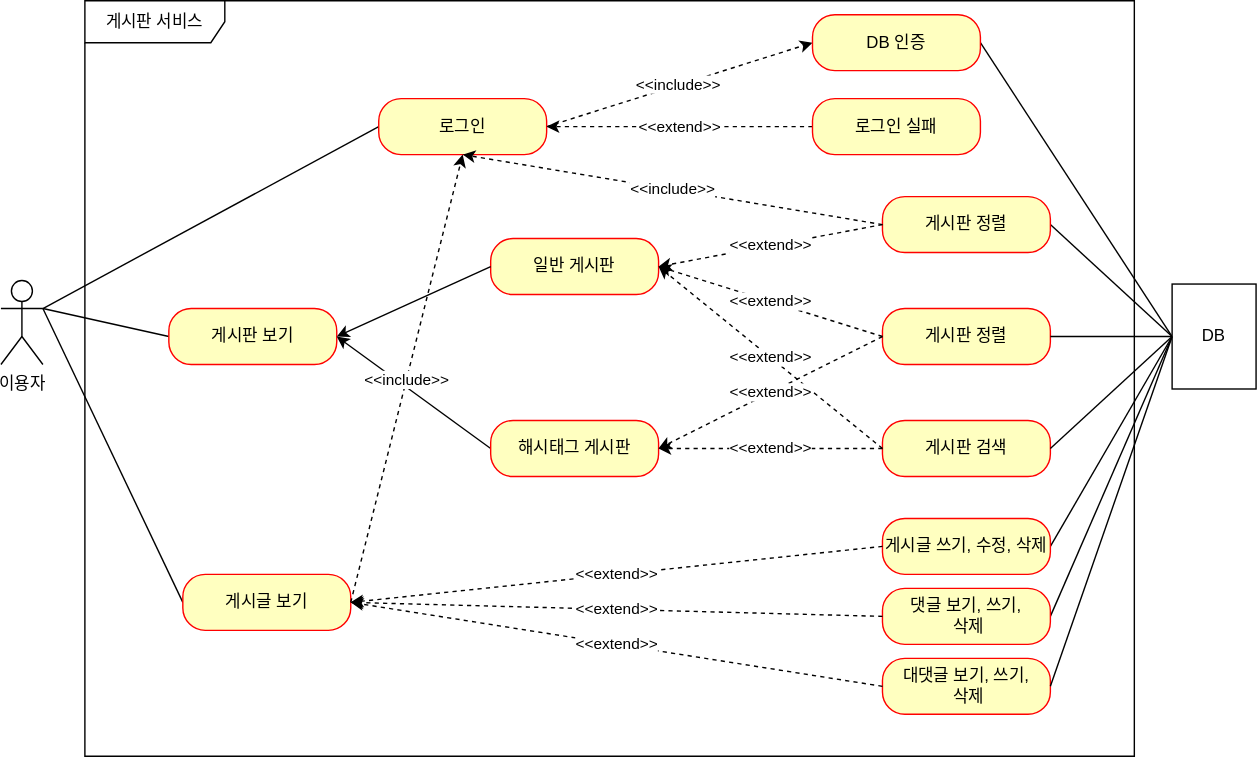
Above: document/use-case.svg in godori93/board (draw.io), before the change. Source tidied: cells renumbered, new cells last; positions are measured from the earlier drawing's top-left corner, leaving out a move shared by most shapes.
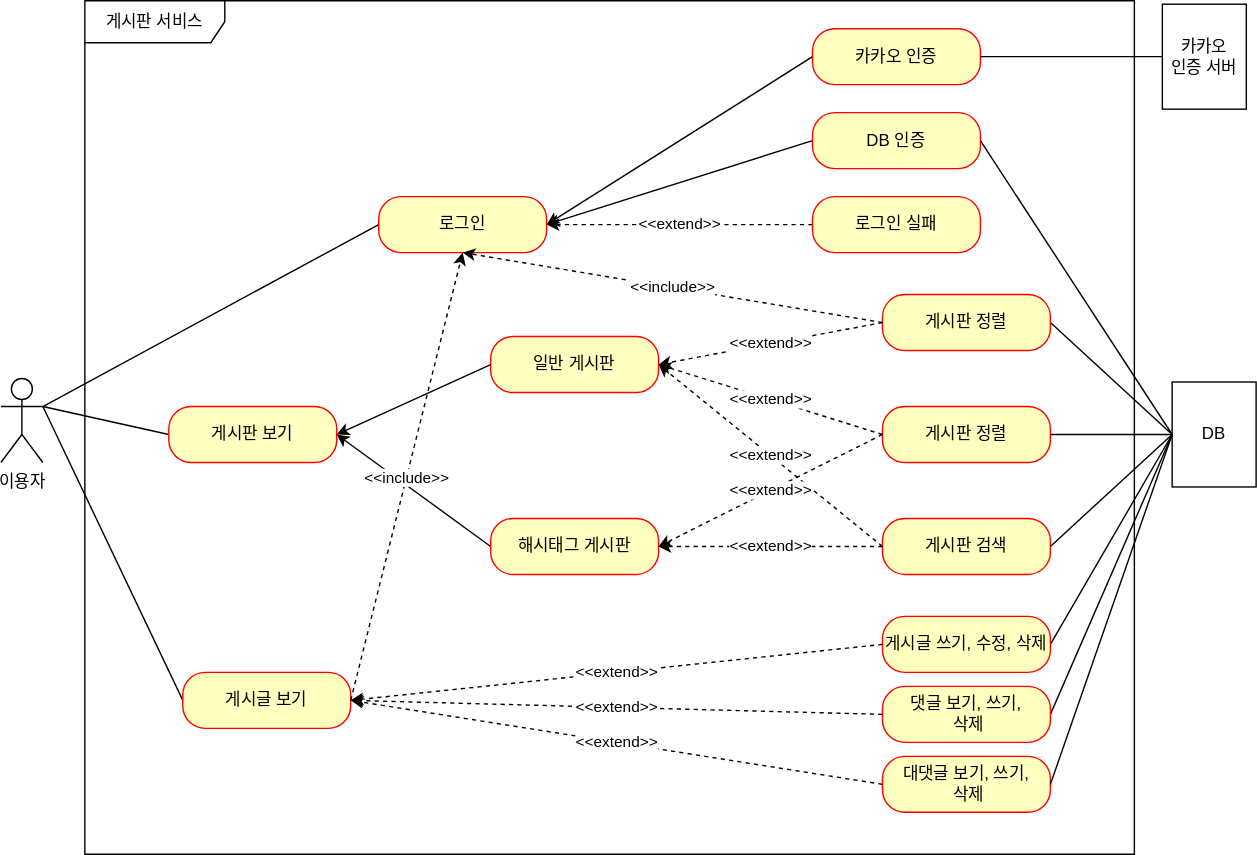
Above is the later version.

Commit message:
#51 - use-case.svg: 카카오 인증 유즈 케이스 추가

Change to the diagram source:
```diff
@@ -6,7 +6,7 @@
       <mxGeometry y="200" width="30" height="60" as="geometry" />
     </mxCell>
     <mxCell id="3" value="게시판 서비스" style="shape=umlFrame;whiteSpace=wrap;html=1;width=100;height=30;" parent="1" vertex="1">
-      <mxGeometry x="60" width="750" height="540" as="geometry" />
+      <mxGeometry x="60" y="-70" width="750" height="610" as="geometry" />
     </mxCell>
     <mxCell id="4" style="rounded=0;jettySize=auto;html=1;exitX=0;exitY=0.5;exitDx=0;exitDy=0;entryX=1;entryY=0.3333333333333333;entryDx=0;entryDy=0;entryPerimeter=0;endArrow=none;endFill=0;" parent="1" edge="1" source="6" target="2">
       <mxGeometry relative="1" as="geometry" />
@@ -28,15 +28,17 @@
         <mxPoint x="30" y="220" as="targetPoint" />
       </mxGeometry>
     </mxCell>
-    <mxCell id="10" value="&amp;lt;&amp;lt;include&amp;gt;&amp;gt;" style="rounded=0;jettySize=auto;html=1;exitX=1;exitY=0.5;exitDx=0;exitDy=0;entryX=0;entryY=0.5;entryDx=0;entryDy=0;endArrow=classic;endFill=1;dashed=1;" parent="1" edge="1" source="11" target="13">
-      <mxGeometry relative="1" as="geometry" />
-    </mxCell>
     <mxCell id="11" value="로그인" style="rounded=1;whiteSpace=wrap;html=1;arcSize=40;fontColor=#000000;fillColor=#ffffc0;strokeColor=#ff0000;" parent="1" vertex="1">
       <mxGeometry x="270" y="70" width="120" height="40" as="geometry" />
     </mxCell>
     <mxCell id="12" style="rounded=0;jettySize=auto;html=1;exitX=1;exitY=0.5;exitDx=0;exitDy=0;entryX=0;entryY=0.5;entryDx=0;entryDy=0;endArrow=none;endFill=0;" parent="1" edge="1" source="13" target="23">
       <mxGeometry relative="1" as="geometry" />
     </mxCell>
+    <mxCell id="43" style="rounded=0;jettySize=auto;html=1;exitX=0;exitY=0.5;exitDx=0;exitDy=0;" parent="1" edge="1" source="13">
+      <mxGeometry relative="1" as="geometry">
+        <mxPoint x="390" y="90" as="targetPoint" />
+      </mxGeometry>
+    </mxCell>
     <mxCell id="13" value="DB 인증" style="rounded=1;whiteSpace=wrap;html=1;arcSize=40;fontColor=#000000;fillColor=#ffffc0;strokeColor=#ff0000;" parent="1" vertex="1">
       <mxGeometry x="580" y="10" width="120" height="40" as="geometry" />
     </mxCell>
@@ -129,5 +131,17 @@
     <mxCell id="42" value="&amp;lt;&amp;lt;include&amp;gt;&amp;gt;" style="rounded=0;jettySize=auto;html=1;exitX=1;exitY=0.5;exitDx=0;exitDy=0;endArrow=classic;endFill=1;dashed=1;entryX=0.5;entryY=1;entryDx=0;entryDy=0;" parent="1" edge="1" source="8" target="11">
       <mxGeometry relative="1" as="geometry" />
     </mxCell>
+    <mxCell id="44" style="rounded=0;jettySize=auto;html=1;exitX=0;exitY=0.5;exitDx=0;exitDy=0;entryX=1;entryY=0.5;entryDx=0;entryDy=0;" parent="1" edge="1" source="45" target="11">
+      <mxGeometry relative="1" as="geometry" />
+    </mxCell>
+    <mxCell id="45" value="카카오 인증" style="rounded=1;whiteSpace=wrap;html=1;arcSize=40;fontColor=#000000;fillColor=#ffffc0;strokeColor=#ff0000;" parent="1" vertex="1">
+      <mxGeometry x="580" y="-50" width="120" height="40" as="geometry" />
+    </mxCell>
+    <mxCell id="46" style="edgeStyle=orthogonalEdgeStyle;rounded=0;jettySize=auto;html=1;exitX=0;exitY=0.5;exitDx=0;exitDy=0;entryX=1;entryY=0.5;entryDx=0;entryDy=0;endArrow=none;endFill=0;" parent="1" edge="1" source="47" target="45">
+      <mxGeometry relative="1" as="geometry" />
+    </mxCell>
+    <mxCell id="47" value="카카오 &lt;br&gt;인증 서버" style="html=1;whiteSpace=wrap;" parent="1" vertex="1">
+      <mxGeometry x="830" y="-67.5" width="60" height="75" as="geometry" />
+    </mxCell>
   </root>
 </mxGraphModel>
```
